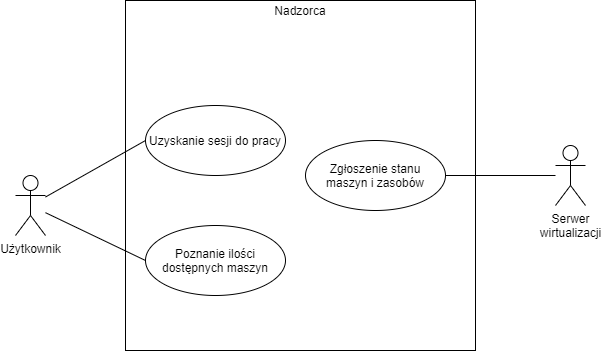
one-click-desktop/documentation keeps this draw.io diagram as diagrams/use_cases/overseer.png. Above is the earlier version. Source tidied: cells renumbered, new cells last; positions are measured from the earlier drawing's top-left corner, leaving out a move shared by most shapes.
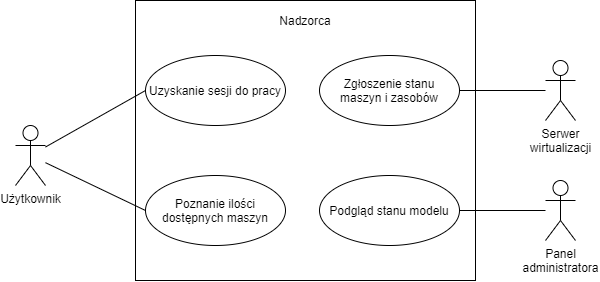
The same diagram one commit later.

The edit, as a diff of the source:
```diff
@@ -2,17 +2,17 @@
   <root>
     <mxCell id="0" />
     <mxCell id="1" parent="0" />
+    <mxCell id="12" style="rounded=0;whiteSpace=wrap;html=1;" parent="1" vertex="1">
+      <mxGeometry x="120" y="50" width="340" height="280" as="geometry" />
+    </mxCell>
     <mxCell id="2" value="Użytkownik" style="shape=umlActor;verticalLabelPosition=bottom;verticalAlign=top;html=1;outlineConnect=0;" parent="1" vertex="1">
       <mxGeometry y="175" width="30" height="60" as="geometry" />
     </mxCell>
     <mxCell id="3" value="&lt;div&gt;Serwer&lt;/div&gt;&lt;div&gt;wirtualizacji&lt;/div&gt;" style="shape=umlActor;verticalLabelPosition=bottom;verticalAlign=top;html=1;outlineConnect=0;" parent="1" vertex="1">
-      <mxGeometry x="540" y="145" width="30" height="60" as="geometry" />
+      <mxGeometry x="530" y="110" width="30" height="60" as="geometry" />
     </mxCell>
-    <mxCell id="4" style="whiteSpace=wrap;html=1;" parent="1" vertex="1">
-      <mxGeometry x="110" width="350" height="350" as="geometry" />
-    </mxCell>
     <mxCell id="5" value="Nadzorca" style="text;html=1;strokeColor=none;fillColor=none;align=center;verticalAlign=middle;whiteSpace=wrap;rounded=0;" parent="1" vertex="1">
-      <mxGeometry x="260" width="50" height="20" as="geometry" />
+      <mxGeometry x="265" y="60" width="50" height="20" as="geometry" />
     </mxCell>
     <mxCell id="6" value="Uzyskanie sesji do pracy" style="ellipse;whiteSpace=wrap;html=1;" parent="1" vertex="1">
       <mxGeometry x="130" y="105" width="140" height="70" as="geometry" />
@@ -27,10 +27,19 @@
       <mxGeometry relative="1" as="geometry" />
     </mxCell>
     <mxCell id="10" value="Zgłoszenie stanu&lt;br&gt;maszyn i zasobów" style="ellipse;whiteSpace=wrap;html=1;" parent="1" vertex="1">
-      <mxGeometry x="290" y="140" width="140" height="70" as="geometry" />
+      <mxGeometry x="304" y="105" width="140" height="70" as="geometry" />
     </mxCell>
     <mxCell id="11" style="endArrow=none;html=1;rounded=0;exitX=1;exitY=0.5;exitDx=0;exitDy=0;" parent="1" edge="1" source="10" target="3">
       <mxGeometry relative="1" as="geometry" />
     </mxCell>
+    <mxCell id="13" value="&lt;div&gt;Panel&lt;/div&gt;&lt;div&gt;administratora&lt;/div&gt;" style="shape=umlActor;verticalLabelPosition=bottom;verticalAlign=top;html=1;outlineConnect=0;" parent="1" vertex="1">
+      <mxGeometry x="530" y="230" width="30" height="60" as="geometry" />
+    </mxCell>
+    <mxCell id="14" value="Podgląd stanu modelu" style="ellipse;whiteSpace=wrap;html=1;" parent="1" vertex="1">
+      <mxGeometry x="304" y="225" width="140" height="70" as="geometry" />
+    </mxCell>
+    <mxCell id="15" style="endArrow=none;html=1;rounded=0;" parent="1" edge="1" source="14" target="13">
+      <mxGeometry relative="1" as="geometry" />
+    </mxCell>
   </root>
 </mxGraphModel>
```
